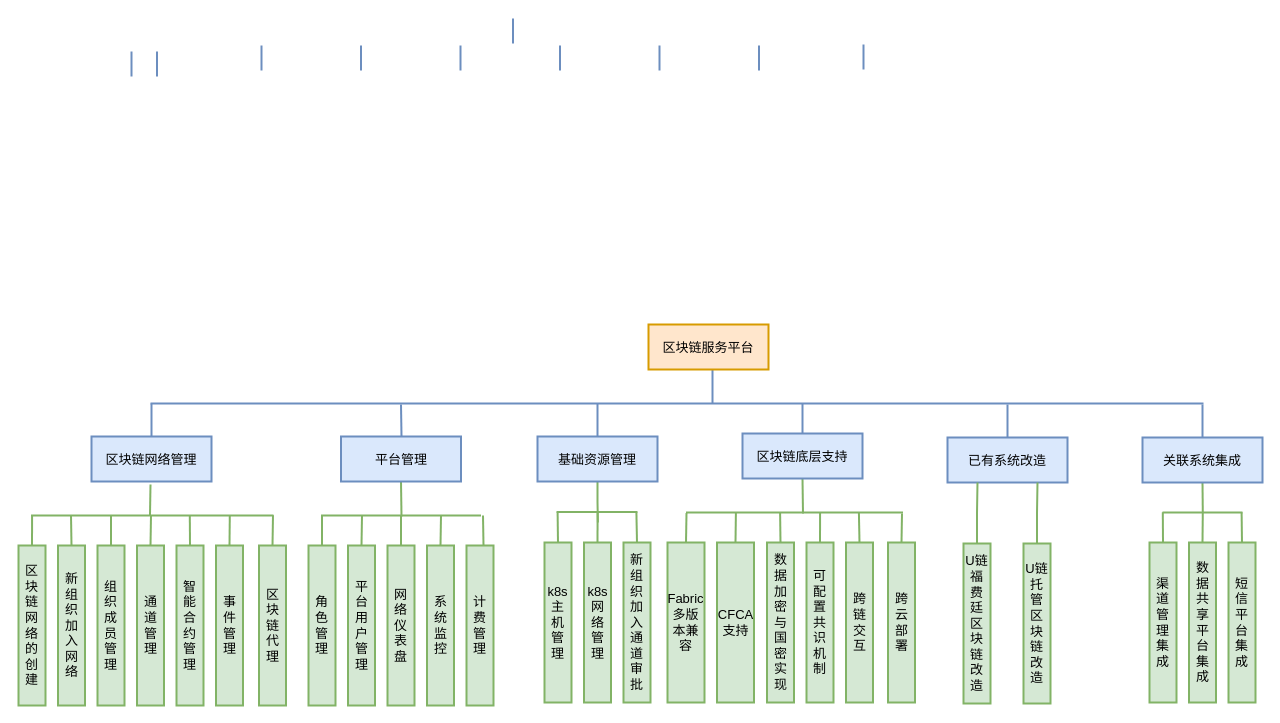
The draw.io diagram repository/drawio/postb/主要业务功能.drawio in dilide/collections, before the edit. Source tidied: cells renumbered, new cells numbered last; positions are measured from the earlier drawing's top-left corner, leaving out a move shared by most shapes. Both pictures are drawn from the tidied source at 100%, with x=0, y=0 at pixel (18, 18).
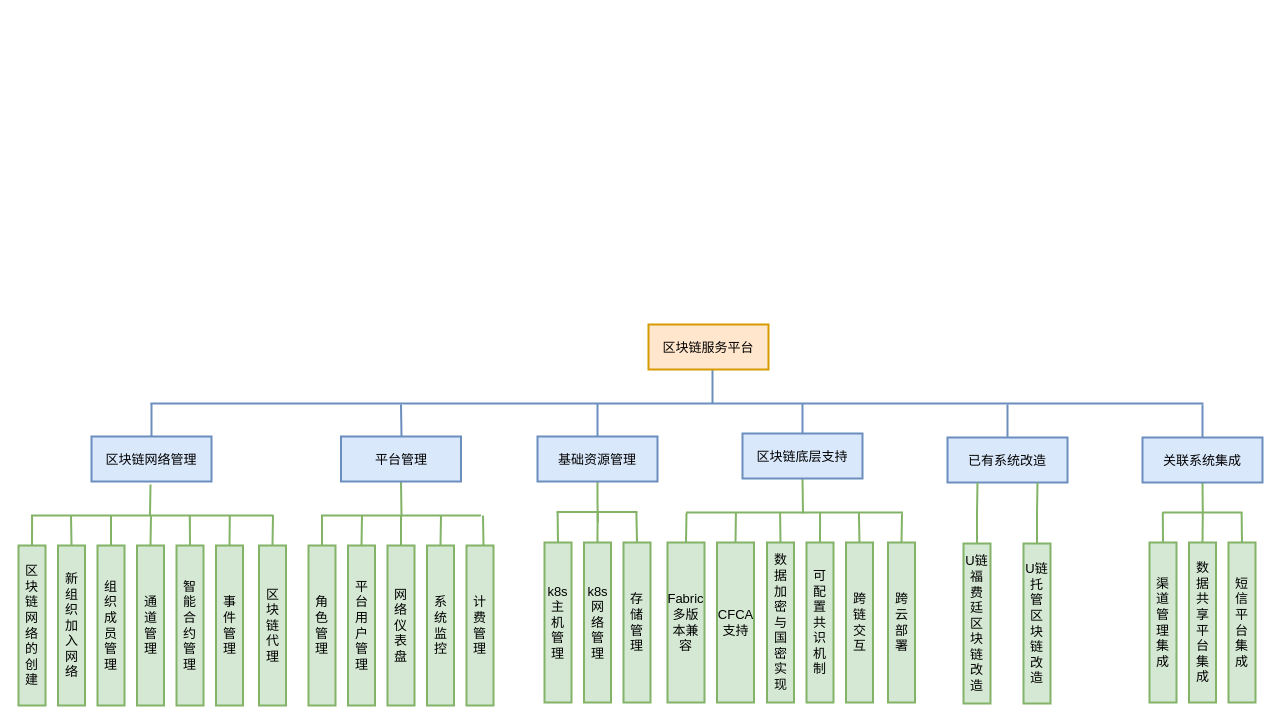
The same diagram, later.

Commit message (it also covers changes not shown here):
Update 主要业务功能.drawio

The change refers to these unchanged cells:
```xml
<mxCell id="39" style="group;" parent="1" vertex="1">
  <mxGeometry x="519" y="418" width="120" height="266" as="geometry" />
</mxCell>
```

The edit, as a diff of the source:
```diff
@@
-    <mxCell id="4" style="endArrow=none;html=1;strokeWidth=2;fontSize=13;fillColor=#dae8fc;strokeColor=#6c8ebf;" parent="1" edge="1">
-      <mxGeometry relative="1" as="geometry">
-        <mxPoint x="494.5" y="25" as="sourcePoint" />
-        <mxPoint x="494.5" as="targetPoint" />
-      </mxGeometry>
-    </mxCell>
@@
-    <mxCell id="6" style="endArrow=none;html=1;strokeWidth=2;fontSize=13;fillColor=#dae8fc;strokeColor=#6c8ebf;" parent="1" edge="1">
-      <mxGeometry relative="1" as="geometry">
-        <mxPoint x="113" y="58" as="sourcePoint" />
-        <mxPoint x="113" y="33" as="targetPoint" />
-      </mxGeometry>
-    </mxCell>
-    <mxCell id="7" style="endArrow=none;html=1;strokeWidth=2;fontSize=13;fillColor=#dae8fc;strokeColor=#6c8ebf;" parent="1" edge="1">
-      <mxGeometry relative="1" as="geometry">
-        <mxPoint x="845" y="51" as="sourcePoint" />
-        <mxPoint x="845" y="26" as="targetPoint" />
-      </mxGeometry>
-    </mxCell>
-    <mxCell id="8" style="endArrow=none;html=1;strokeWidth=2;fontSize=13;fillColor=#dae8fc;strokeColor=#6c8ebf;" parent="1" edge="1">
-      <mxGeometry relative="1" as="geometry">
-        <mxPoint x="243" y="52" as="sourcePoint" />
-        <mxPoint x="243" y="27" as="targetPoint" />
-      </mxGeometry>
-    </mxCell>
-    <mxCell id="9" style="endArrow=none;html=1;strokeWidth=2;fontSize=13;fillColor=#dae8fc;strokeColor=#6c8ebf;" parent="1" edge="1">
-      <mxGeometry relative="1" as="geometry">
-        <mxPoint x="342.5" y="52" as="sourcePoint" />
-        <mxPoint x="342.5" y="27" as="targetPoint" />
-      </mxGeometry>
-    </mxCell>
-    <mxCell id="10" style="endArrow=none;html=1;strokeWidth=2;fontSize=13;fillColor=#dae8fc;strokeColor=#6c8ebf;" parent="1" edge="1">
-      <mxGeometry relative="1" as="geometry">
-        <mxPoint x="442" y="52" as="sourcePoint" />
-        <mxPoint x="442" y="27" as="targetPoint" />
-      </mxGeometry>
-    </mxCell>
-    <mxCell id="11" style="endArrow=none;html=1;strokeWidth=2;fontSize=13;fillColor=#dae8fc;strokeColor=#6c8ebf;" parent="1" edge="1">
-      <mxGeometry relative="1" as="geometry">
-        <mxPoint x="541.5" y="52" as="sourcePoint" />
-        <mxPoint x="541.5" y="27" as="targetPoint" />
-      </mxGeometry>
-    </mxCell>
-    <mxCell id="12" style="endArrow=none;html=1;strokeWidth=2;fontSize=13;fillColor=#dae8fc;strokeColor=#6c8ebf;" parent="1" edge="1">
-      <mxGeometry relative="1" as="geometry">
-        <mxPoint x="641" y="52" as="sourcePoint" />
-        <mxPoint x="641" y="27" as="targetPoint" />
-      </mxGeometry>
-    </mxCell>
-    <mxCell id="13" style="endArrow=none;html=1;strokeWidth=2;fontSize=13;fillColor=#dae8fc;strokeColor=#6c8ebf;" parent="1" edge="1">
-      <mxGeometry relative="1" as="geometry">
-        <mxPoint x="740.5" y="52" as="sourcePoint" />
-        <mxPoint x="740.5" y="27" as="targetPoint" />
-      </mxGeometry>
-    </mxCell>
-    <mxCell id="14" style="endArrow=none;html=1;strokeWidth=2;fontSize=13;fillColor=#dae8fc;strokeColor=#6c8ebf;" parent="1" edge="1">
-      <mxGeometry relative="1" as="geometry">
-        <mxPoint x="138.5" y="58" as="sourcePoint" />
-        <mxPoint x="138.5" y="33" as="targetPoint" />
-      </mxGeometry>
-    </mxCell>
@@
-    <mxCell id="43" value="新组织加入通道审批" style="rounded=0;whiteSpace=wrap;html=1;strokeWidth=2;fontSize=13;fillColor=#d5e8d4;strokeColor=#82b366;" parent="39" vertex="1">
+    <mxCell id="43" value="存储管理" style="rounded=0;whiteSpace=wrap;html=1;strokeWidth=2;fontSize=13;fillColor=#d5e8d4;strokeColor=#82b366;" parent="39" vertex="1">
       <mxGeometry x="86" y="106" width="27" height="160" as="geometry" />
     </mxCell>
```
